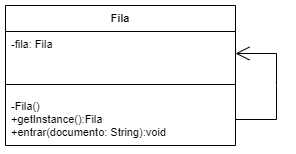
Above: Engenharia III/Singleton/diagrama.png in Diane-Moreno/bertoti (draw.io), before the change. Source tidied: cells renumbered, new cells last; positions are measured from the earlier drawing's top-left corner, leaving out a move shared by most shapes.
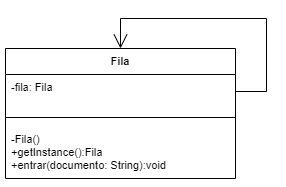
Above is the later version.

Diff of the diagram source:
```diff
@@ -3,26 +3,25 @@
     <mxCell id="0" />
     <mxCell id="1" parent="0" />
     <mxCell id="2" value="Fila" style="swimlane;fontStyle=1;align=center;verticalAlign=top;horizontal=1;startSize=26;whiteSpace=wrap;html=1;fontFamily=Helvetica;fontSize=11;fontColor=default;" parent="1" vertex="1">
-      <mxGeometry width="230" height="140" as="geometry" />
+      <mxGeometry width="230" height="130" as="geometry" />
     </mxCell>
     <mxCell id="3" value="-fila: Fila" style="text;strokeColor=none;fillColor=none;align=left;verticalAlign=top;spacingLeft=4;spacingRight=4;overflow=hidden;points=[[0,0.5],[1,0.5]];portConstraint=eastwest;whiteSpace=wrap;html=1;fontSize=11;fontFamily=Helvetica;fontColor=default;" parent="2" vertex="1">
-      <mxGeometry y="26" width="230" height="44" as="geometry" />
+      <mxGeometry y="26" width="230" height="34" as="geometry" />
     </mxCell>
     <mxCell id="4" style="line;strokeWidth=1;fillColor=none;align=left;verticalAlign=middle;spacingTop=-1;spacingLeft=3;spacingRight=3;labelPosition=right;strokeColor=inherit;fontFamily=Helvetica;fontSize=11;fontColor=default;" parent="2" vertex="1">
-      <mxGeometry y="70" width="230" height="18" as="geometry" />
+      <mxGeometry y="60" width="230" height="18" as="geometry" />
     </mxCell>
     <mxCell id="5" value="-Fila()&lt;br&gt;+getInstance():Fila&lt;br&gt;+entrar(documento: String):void" style="text;strokeColor=none;fillColor=none;align=left;verticalAlign=top;spacingLeft=4;spacingRight=4;overflow=hidden;points=[[0,0.5],[1,0.5]];portConstraint=eastwest;whiteSpace=wrap;html=1;fontSize=11;fontFamily=Helvetica;fontColor=default;" parent="2" vertex="1">
-      <mxGeometry y="88" width="230" height="52" as="geometry" />
+      <mxGeometry y="78" width="230" height="52" as="geometry" />
     </mxCell>
-    <mxCell id="6" style="endArrow=open;endFill=1;endSize=12;html=1;rounded=0;labelBackgroundColor=default;strokeColor=default;align=center;verticalAlign=middle;fontFamily=Helvetica;fontSize=11;fontColor=default;shape=connector;exitX=1;exitY=0.5;exitDx=0;exitDy=0;" parent="2" edge="1" source="5">
-      <mxGeometry relative="1" as="geometry">
-        <mxPoint x="230" y="48" as="targetPoint" />
-        <Array as="points">
-          <mxPoint x="271" y="114" />
-          <mxPoint x="271" y="80" />
-          <mxPoint x="271" y="48" />
-        </Array>
-      </mxGeometry>
-    </mxCell>
+    <mxCell id="7" style="endArrow=open;html=1;endSize=12;startArrow=none;startSize=14;startFill=0;edgeStyle=orthogonalEdgeStyle;align=left;verticalAlign=bottom;rounded=0;labelBackgroundColor=default;strokeColor=default;fontFamily=Helvetica;fontSize=11;fontColor=default;shape=connector;exitX=1;exitY=0.5;exitDx=0;exitDy=0;entryX=0.5;entryY=0;entryDx=0;entryDy=0;" parent="2" edge="1" source="3" target="2">
+      <mxGeometry x="-1" y="3" relative="1" as="geometry">
+        <Array as="points">
+          <mxPoint x="261" y="43" />
+          <mxPoint x="261" y="-30" />
+          <mxPoint x="115" y="-30" />
+        </Array>
+      </mxGeometry>
+    </mxCell>
   </root>
 </mxGraphModel>
```
